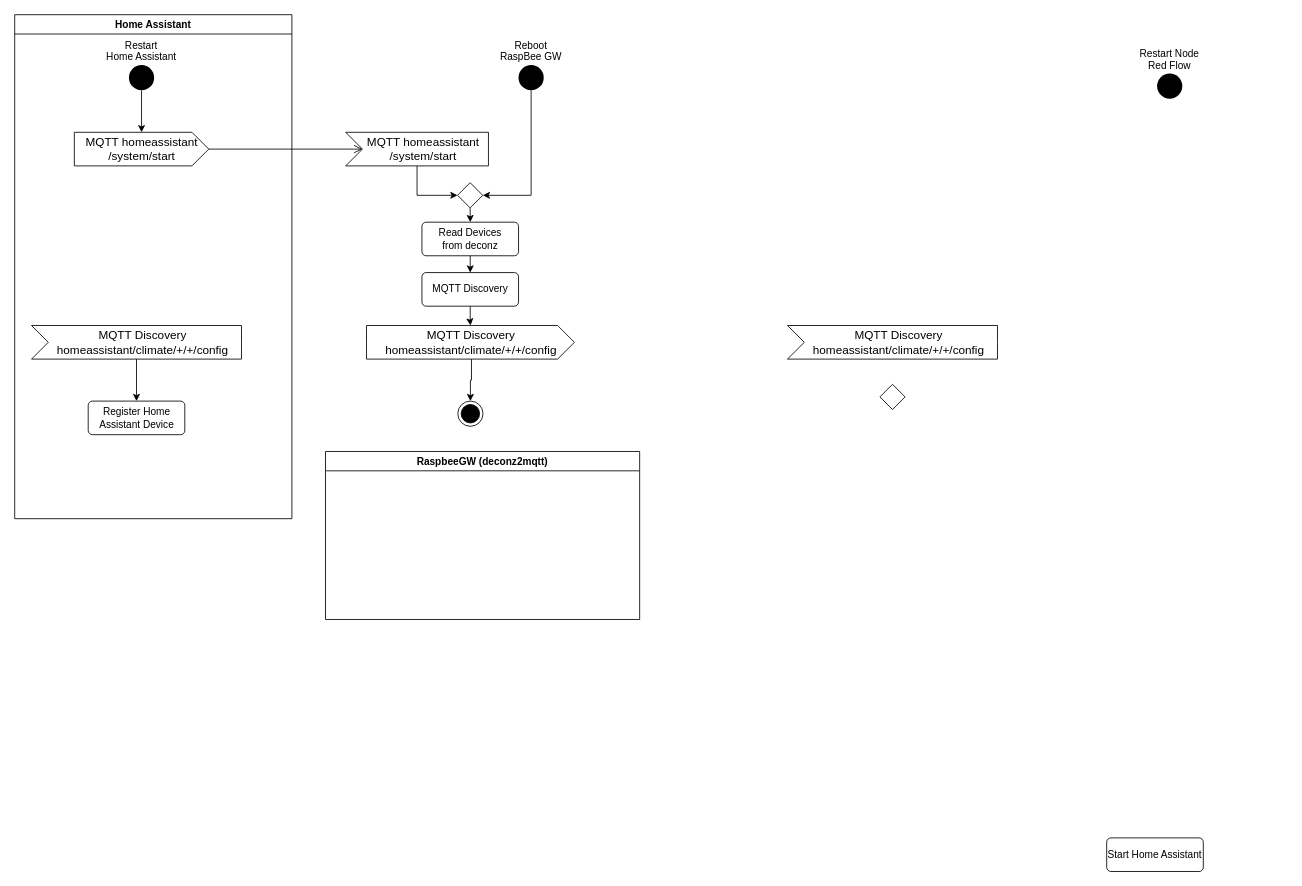
Before: Heating/Heating_Logic.drawio in CaCu15/drawio, a draw.io diagram. Source tidied: cells renumbered, new cells numbered last; positions are measured from the earlier drawing's top-left corner, leaving out a move shared by most shapes. Both pictures are drawn from the tidied source at 84%, with x=0, y=0 at pixel (14, 14).
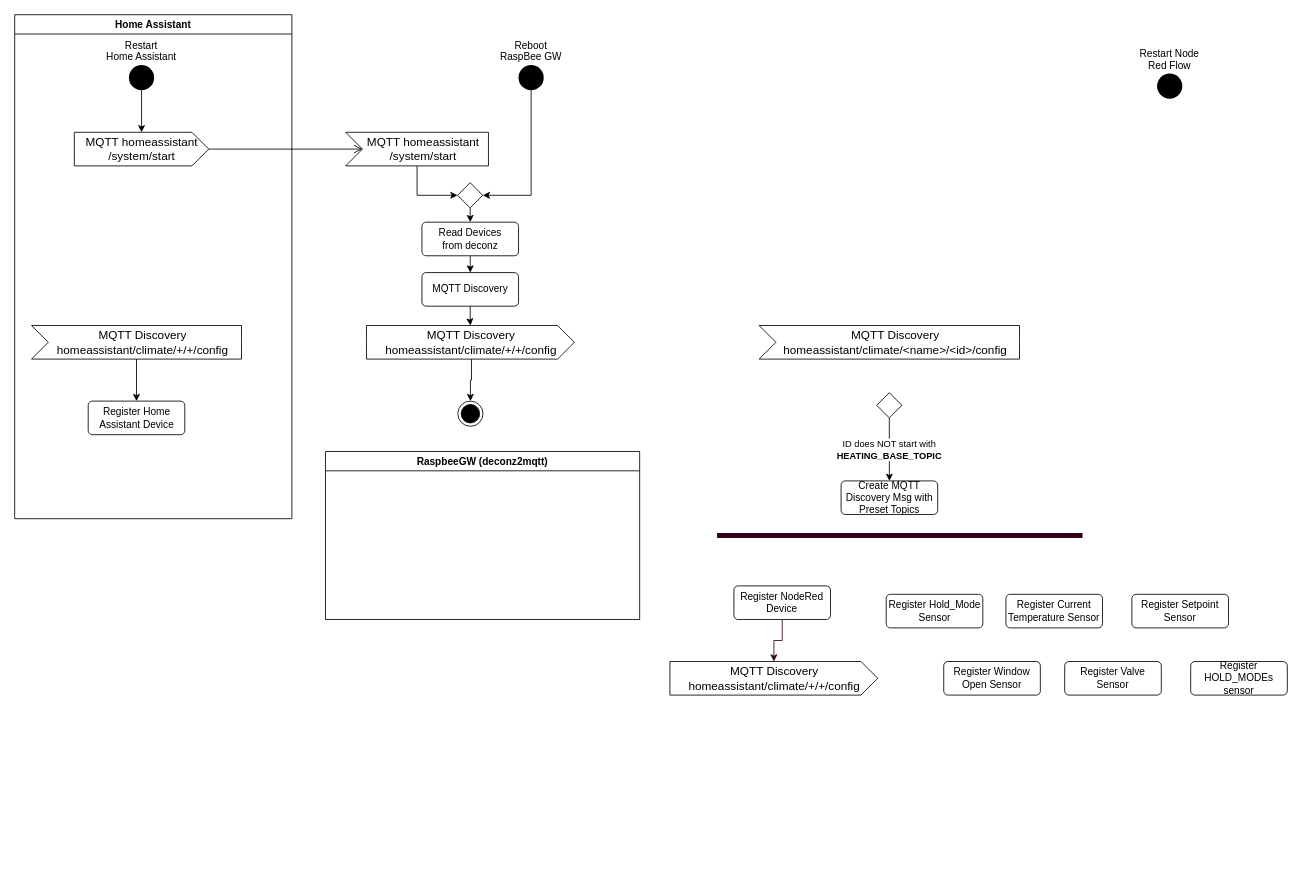
After the change.

The edit, as a diff of the source:
```diff
@@
+    <mxCell id="28" style="edgeStyle=orthogonalEdgeStyle;rounded=0;jettySize=auto;html=1;strokeColor=#33001A;exitX=0.5;exitY=1;exitDx=0;exitDy=0;" parent="1" edge="1" source="33" target="32">
+      <mxGeometry relative="1" as="geometry" />
+    </mxCell>
-    <mxCell id="2" value="Start Home Assistant" style="html=1;align=center;verticalAlign=middle;rounded=1;absoluteArcSize=1;arcSize=10;dashed=0;whiteSpace=wrap;" parent="1" vertex="1">
-      <mxGeometry x="1300" y="980" width="115" height="40" as="geometry" />
+    <mxCell id="2" value="Register Valve Sensor" style="html=1;align=center;verticalAlign=middle;rounded=1;absoluteArcSize=1;arcSize=10;dashed=0;whiteSpace=wrap;" parent="1" vertex="1">
+      <mxGeometry x="1250" y="770" width="115" height="40" as="geometry" />
     </mxCell>
@@
-    <mxCell id="26" value="MQTT Discovery &lt;br&gt;homeassistant/climate/+/+/config" style="html=1;shape=mxgraph.infographic.ribbonSimple;notch1=20;notch2=0;align=center;verticalAlign=middle;fontSize=14;fontStyle=0;fillColor=#FFFFFF;flipH=0;spacingRight=0;spacingLeft=14;" parent="1" vertex="1">
-      <mxGeometry x="920" y="370" width="250" height="40" as="geometry" />
+    <mxCell id="26" value="MQTT Discovery &lt;br&gt;homeassistant/climate/&amp;lt;name&amp;gt;/&amp;lt;id&amp;gt;/config" style="html=1;shape=mxgraph.infographic.ribbonSimple;notch1=20;notch2=0;align=center;verticalAlign=middle;fontSize=14;fontStyle=0;fillColor=#FFFFFF;flipH=0;spacingRight=0;spacingLeft=14;" parent="1" vertex="1">
+      <mxGeometry x="886.2" y="370" width="310" height="40" as="geometry" />
     </mxCell>
+    <mxCell id="29" value="ID does NOT start with&lt;br&gt; &lt;b&gt;HEATING_BASE_TOPIC&lt;/b&gt;" style="edgeStyle=orthogonalEdgeStyle;rounded=0;jettySize=auto;html=1;exitX=0.5;exitY=1;exitDx=0;exitDy=0;entryX=0.5;entryY=0;entryDx=0;entryDy=0;" parent="1" edge="1" source="27" target="30">
+      <mxGeometry relative="1" as="geometry" />
+    </mxCell>
     <mxCell id="27" style="rhombus;" parent="1" vertex="1">
-      <mxGeometry x="1030" y="440" width="30" height="30" as="geometry" />
+      <mxGeometry x="1026.2" y="450" width="30" height="30" as="geometry" />
     </mxCell>
+    <mxCell id="30" value="Create MQTT Discovery Msg with Preset Topics" style="html=1;align=center;verticalAlign=middle;rounded=1;absoluteArcSize=1;arcSize=10;dashed=0;whiteSpace=wrap;" parent="1" vertex="1">
+      <mxGeometry x="983.8" y="555" width="115" height="40" as="geometry" />
+    </mxCell>
+    <mxCell id="31" style="shape=line;html=1;strokeWidth=6;strokeColor=#33001A;" parent="1" vertex="1">
+      <mxGeometry x="836.2" y="615" width="435" height="10" as="geometry" />
+    </mxCell>
+    <mxCell id="32" value="MQTT Discovery &lt;br&gt;homeassistant/climate/+/+/config" style="html=1;shape=mxgraph.infographic.ribbonSimple;notch1=0;notch2=20;align=center;verticalAlign=middle;fontSize=14;fontStyle=0;fillColor=#FFFFFF;" parent="1" vertex="1">
+      <mxGeometry x="780" y="770" width="247.5" height="40" as="geometry" />
+    </mxCell>
+    <mxCell id="33" value="Register NodeRed Device" style="html=1;align=center;verticalAlign=middle;rounded=1;absoluteArcSize=1;arcSize=10;dashed=0;whiteSpace=wrap;" parent="1" vertex="1">
+      <mxGeometry x="856.2" y="680" width="115" height="40" as="geometry" />
+    </mxCell>
+    <mxCell id="34" value="Register Hold_Mode Sensor" style="html=1;align=center;verticalAlign=middle;rounded=1;absoluteArcSize=1;arcSize=10;dashed=0;whiteSpace=wrap;" parent="1" vertex="1">
+      <mxGeometry x="1037.5" y="690" width="115" height="40" as="geometry" />
+    </mxCell>
+    <mxCell id="35" value="Register HOLD_MODEs sensor" style="html=1;align=center;verticalAlign=middle;rounded=1;absoluteArcSize=1;arcSize=10;dashed=0;whiteSpace=wrap;" parent="1" vertex="1">
+      <mxGeometry x="1400" y="770" width="115" height="40" as="geometry" />
+    </mxCell>
+    <mxCell id="36" value="Register Current Temperature Sensor" style="html=1;align=center;verticalAlign=middle;rounded=1;absoluteArcSize=1;arcSize=10;dashed=0;whiteSpace=wrap;" parent="1" vertex="1">
+      <mxGeometry x="1180" y="690" width="115" height="40" as="geometry" />
+    </mxCell>
+    <mxCell id="37" value="Register Window Open Sensor" style="html=1;align=center;verticalAlign=middle;rounded=1;absoluteArcSize=1;arcSize=10;dashed=0;whiteSpace=wrap;" parent="1" vertex="1">
+      <mxGeometry x="1106" y="770" width="115" height="40" as="geometry" />
+    </mxCell>
+    <mxCell id="38" value="Register Setpoint Sensor" style="html=1;align=center;verticalAlign=middle;rounded=1;absoluteArcSize=1;arcSize=10;dashed=0;whiteSpace=wrap;" parent="1" vertex="1">
+      <mxGeometry x="1330" y="690" width="115" height="40" as="geometry" />
+    </mxCell>
```
